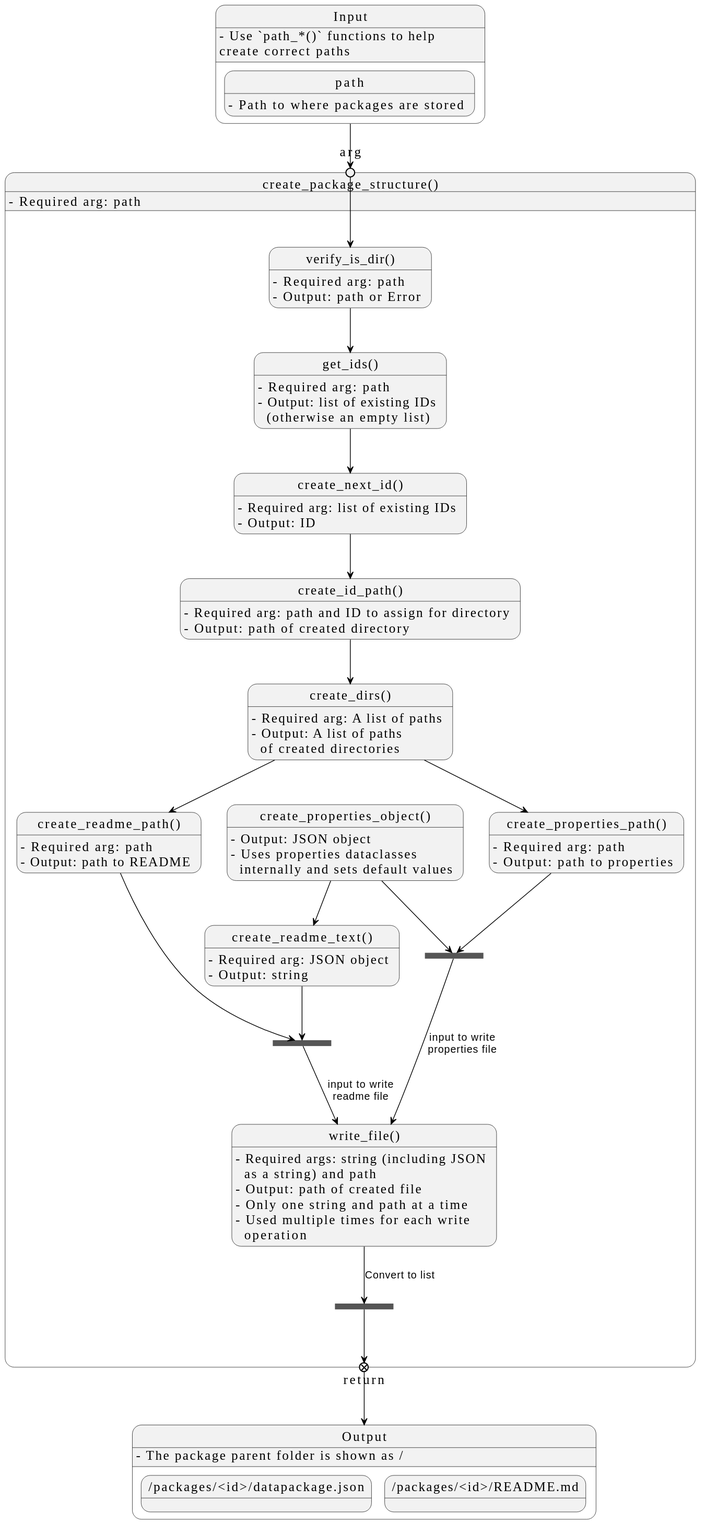
The PlantUML diagram docs/design/implementation/images/core/create-package-structure.svg in signekb/seedcase-sprout, before a commit.
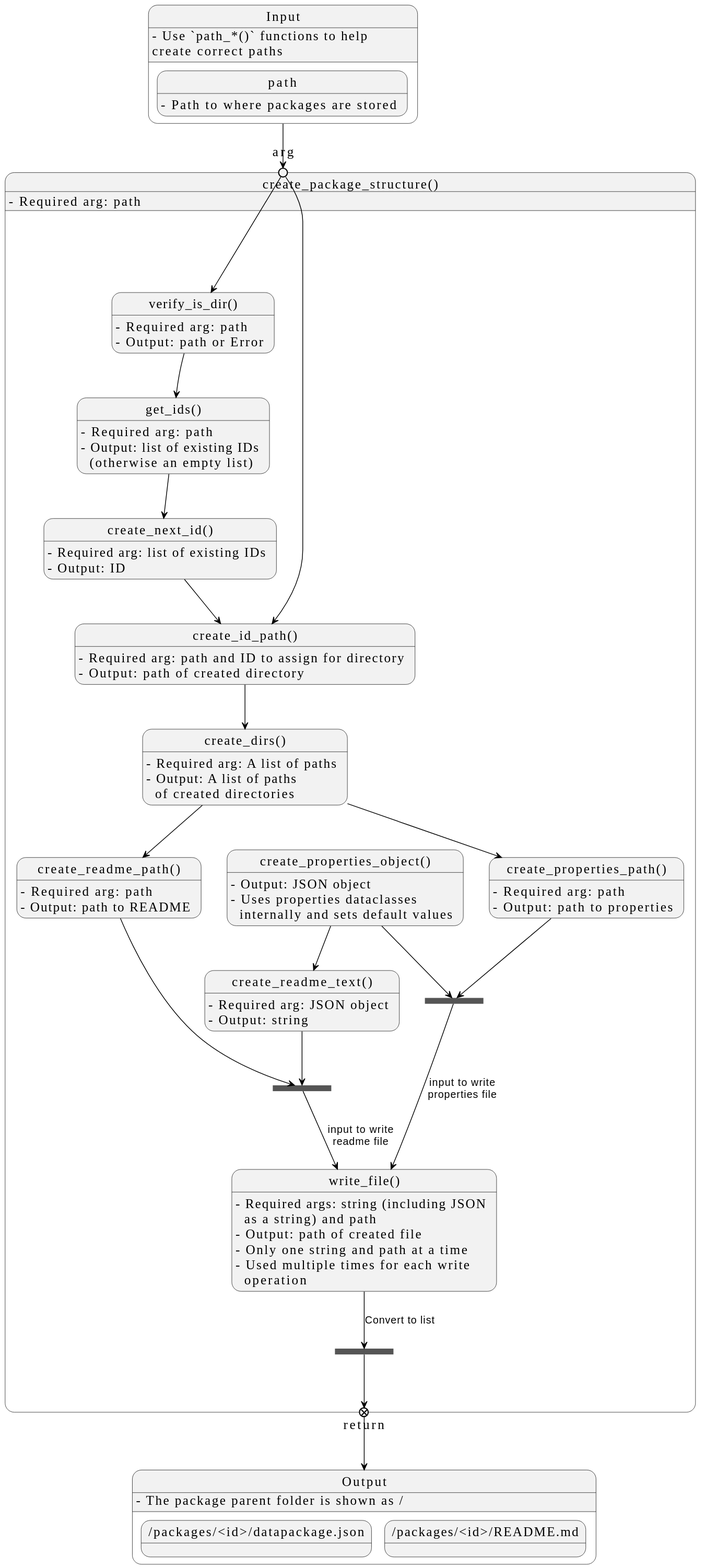
The same file after the commit.

Commit message:
docs(diagrams): :adhesive_bandage: add path as input for `create_id_path()`

Diff of the diagram source:
```diff
@@ -37,6 +37,7 @@
   cip : - Required arg: path and ID to assign for directory
   cip : - Output: path of created directory
   cni --> cip
+  arg --> cip
 
   state "create_dirs()" as cd
   cd : - Required arg: A list of paths
```
